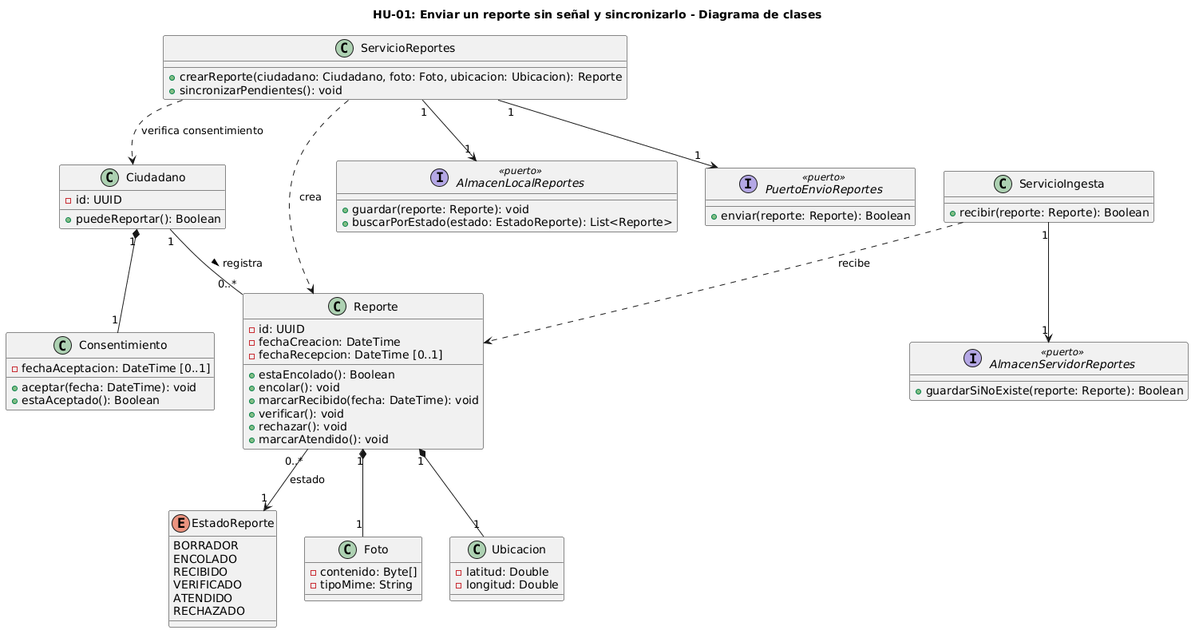
The PlantUML diagram docs/design/img/DiagramadeClases.png in DavidOliva06/cs-2026b-lab04-grupo06, before a commit.
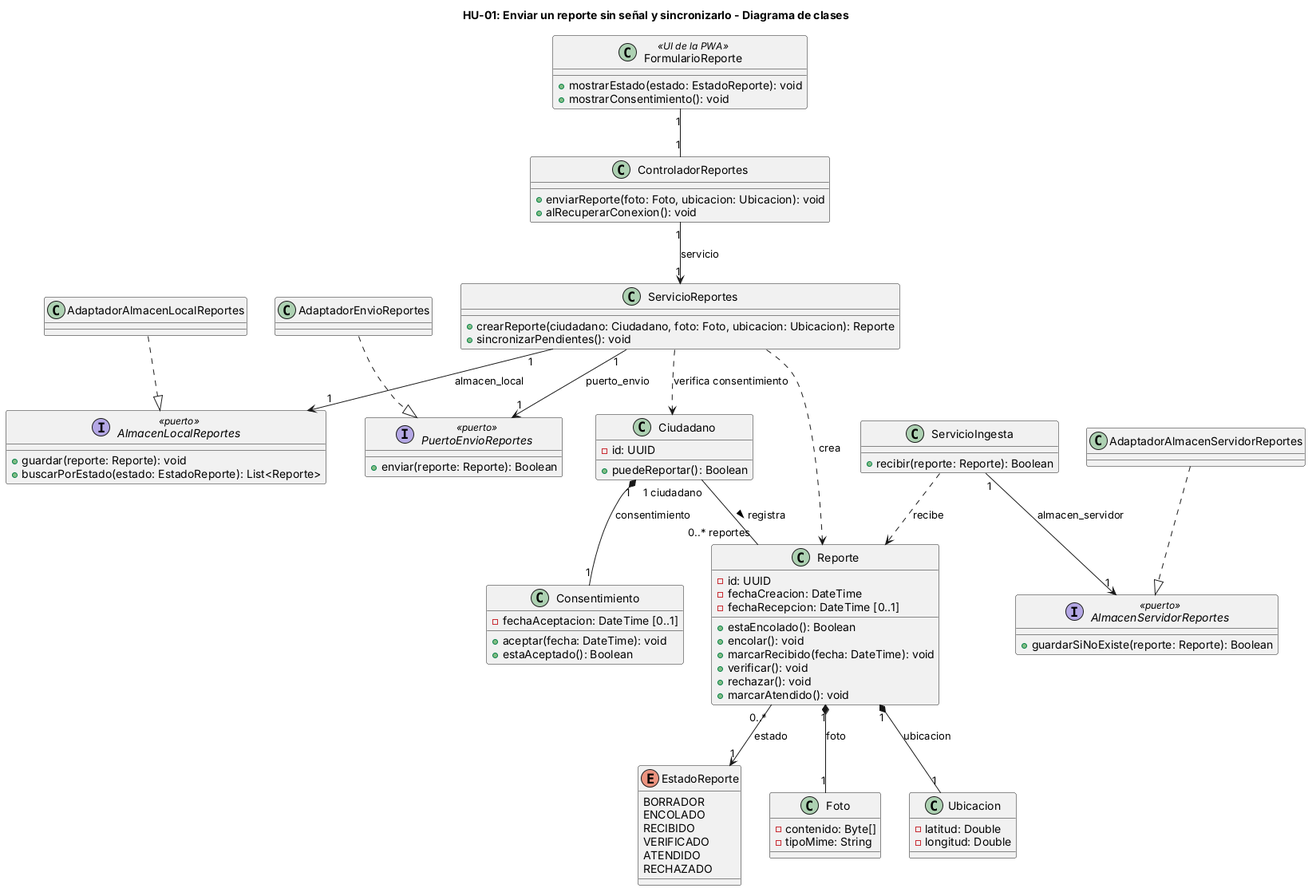
The same diagram one commit later.

Change to the diagram source:
```diff
@@ -43,6 +43,20 @@
   - longitud: Double
 }
 
+class FormularioReporte <<UI de la PWA>> {
+  + mostrarEstado(estado: EstadoReporte): void
+  + mostrarConsentimiento(): void
+}
+
+class ControladorReportes {
+  + enviarReporte(foto: Foto, ubicacion: Ubicacion): void
+  + alRecuperarConexion(): void
+}
+
+class AdaptadorAlmacenLocalReportes
+class AdaptadorAlmacenServidorReportes
+class AdaptadorEnvioReportes
+
 class ServicioReportes {
   + crearReporte(ciudadano: Ciudadano, foto: Foto, ubicacion: Ubicacion): Reporte
   + sincronizarPendientes(): void
@@ -65,16 +79,23 @@
   + enviar(reporte: Reporte): Boolean
 }
 
-Ciudadano "1" *-- "1" Consentimiento
-Ciudadano "1" -- "0..*" Reporte : registra >
-Reporte "1" *-- "1" Foto
-Reporte "1" *-- "1" Ubicacion
+Ciudadano "1" *-- "1" Consentimiento : consentimiento
+Ciudadano "1 ciudadano" -- "0..* reportes" Reporte : registra >
+Reporte "1" *-- "1" Foto : foto
+Reporte "1" *-- "1" Ubicacion : ubicacion
 Reporte "0..*" --> "1" EstadoReporte : estado
+
+FormularioReporte "1" -- "1" ControladorReportes
+ControladorReportes "1" --> "1" ServicioReportes : servicio
 
 ServicioReportes ..> Ciudadano : verifica consentimiento
 ServicioReportes ..> Reporte : crea
-ServicioReportes "1" --> "1" AlmacenLocalReportes
-ServicioReportes "1" --> "1" PuertoEnvioReportes
-ServicioIngesta "1" --> "1" AlmacenServidorReportes
+ServicioReportes "1" --> "1" AlmacenLocalReportes : almacen_local
+ServicioReportes "1" --> "1" PuertoEnvioReportes : puerto_envio
+ServicioIngesta "1" --> "1" AlmacenServidorReportes : almacen_servidor
 ServicioIngesta ..> Reporte : recibe
+
+AdaptadorAlmacenLocalReportes ..|> AlmacenLocalReportes
+AdaptadorAlmacenServidorReportes ..|> AlmacenServidorReportes
+AdaptadorEnvioReportes ..|> PuertoEnvioReportes
 @enduml
```
